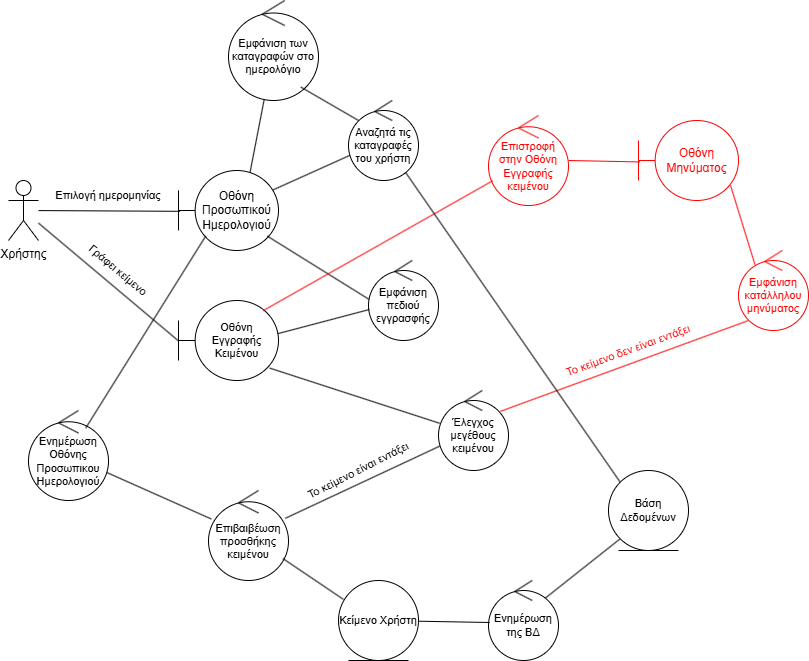
The draw.io diagram 2o_Paradoteo/Robustness-Diagrams/RD-UC-4.png in GeorgeTsav/Software-Technology---Project-2024-2025, before a commit. Source tidied: cells renumbered, new cells last; positions are measured from the earlier drawing's top-left corner, leaving out a move shared by most shapes. The source it was exported from:
```xml
<mxGraphModel>
  <root>
    <mxCell id="0" />
    <mxCell id="1" parent="0" />
    <mxCell id="2" value="Χρήστης" style="shape=umlActor;verticalLabelPosition=bottom;verticalAlign=top;html=1;outlineConnect=0;" parent="1" vertex="1">
      <mxGeometry y="180" width="30" height="60" as="geometry" />
    </mxCell>
    <mxCell id="3" style="rounded=0;jettySize=auto;html=1;endArrow=none;startFill=0;exitX=0.936;exitY=0.248;exitDx=0;exitDy=0;exitPerimeter=0;" parent="1" edge="1" source="4" target="36">
      <mxGeometry relative="1" as="geometry" />
    </mxCell>
    <mxCell id="4" value="Οθόνη Προσωπικού Ημερολογιού" style="shape=umlBoundary;whiteSpace=wrap;html=1;" parent="1" vertex="1">
      <mxGeometry x="170" y="170" width="100" height="80" as="geometry" />
    </mxCell>
    <mxCell id="5" style="edgeStyle=none;shape=connector;rounded=0;jettySize=auto;html=1;entryX=0.016;entryY=0.51;entryDx=0;entryDy=0;entryPerimeter=0;strokeColor=default;align=center;verticalAlign=middle;fontFamily=Helvetica;fontSize=11;fontColor=default;labelBackgroundColor=default;startFill=0;endArrow=none;" parent="1" edge="1" source="2" target="4">
      <mxGeometry relative="1" as="geometry" />
    </mxCell>
    <mxCell id="6" value="Εμφάνιση πεδιού εγγρασφής" style="ellipse;shape=umlControl;whiteSpace=wrap;html=1;fontFamily=Helvetica;fontSize=11;fontColor=default;labelBackgroundColor=none;" parent="1" vertex="1">
      <mxGeometry x="360" y="260" width="70" height="80" as="geometry" />
    </mxCell>
    <mxCell id="7" value="Επιλογή ημερομηνίας" style="text;html=1;align=center;verticalAlign=middle;whiteSpace=wrap;rounded=0;fontFamily=Helvetica;fontSize=11;fontColor=default;labelBackgroundColor=default;rotation=0;" parent="1" vertex="1">
      <mxGeometry x="40" y="185" width="120" height="20" as="geometry" />
    </mxCell>
    <mxCell id="8" style="edgeStyle=none;shape=connector;rounded=0;jettySize=auto;html=1;entryX=0.006;entryY=0.485;entryDx=0;entryDy=0;entryPerimeter=0;strokeColor=default;align=center;verticalAlign=middle;fontFamily=Helvetica;fontSize=11;fontColor=default;labelBackgroundColor=default;startFill=0;endArrow=none;exitX=0.888;exitY=0.82;exitDx=0;exitDy=0;exitPerimeter=0;" parent="1" edge="1" source="4" target="6">
      <mxGeometry relative="1" as="geometry" />
    </mxCell>
    <mxCell id="9" value="Οθόνη Εγγραφής Κειμένου" style="shape=umlBoundary;whiteSpace=wrap;html=1;fontFamily=Helvetica;fontSize=11;fontColor=default;labelBackgroundColor=none;" parent="1" vertex="1">
      <mxGeometry x="170" y="300" width="100" height="80" as="geometry" />
    </mxCell>
    <mxCell id="10" style="edgeStyle=none;shape=connector;rounded=0;jettySize=auto;html=1;entryX=0.992;entryY=0.415;entryDx=0;entryDy=0;entryPerimeter=0;strokeColor=default;align=center;verticalAlign=middle;fontFamily=Helvetica;fontSize=11;fontColor=default;labelBackgroundColor=default;startFill=0;endArrow=none;" parent="1" edge="1" source="6" target="9">
      <mxGeometry relative="1" as="geometry" />
    </mxCell>
    <mxCell id="11" style="edgeStyle=none;shape=connector;rounded=0;jettySize=auto;html=1;entryX=0;entryY=0.505;entryDx=0;entryDy=0;entryPerimeter=0;strokeColor=default;align=center;verticalAlign=middle;fontFamily=Helvetica;fontSize=11;fontColor=default;labelBackgroundColor=default;startFill=0;endArrow=none;" parent="1" edge="1" source="2" target="9">
      <mxGeometry relative="1" as="geometry" />
    </mxCell>
    <mxCell id="12" value="Γράφει κείμενο" style="text;html=1;align=center;verticalAlign=middle;whiteSpace=wrap;rounded=0;fontFamily=Helvetica;fontSize=11;fontColor=default;labelBackgroundColor=default;rotation=40;" parent="1" vertex="1">
      <mxGeometry x="60" y="260" width="100" height="20" as="geometry" />
    </mxCell>
    <mxCell id="13" style="edgeStyle=none;shape=connector;rounded=0;jettySize=auto;html=1;strokeColor=default;align=center;verticalAlign=middle;fontFamily=Helvetica;fontSize=11;fontColor=default;labelBackgroundColor=default;startFill=0;endArrow=none;" parent="1" edge="1" source="15" target="18">
      <mxGeometry relative="1" as="geometry" />
    </mxCell>
    <mxCell id="14" style="edgeStyle=none;shape=connector;rounded=0;jettySize=auto;html=1;strokeColor=#FF0000;align=center;verticalAlign=middle;fontFamily=Helvetica;fontSize=11;fontColor=#FF0000;labelBackgroundColor=default;startFill=0;endArrow=none;exitX=0.886;exitY=0.26;exitDx=0;exitDy=0;exitPerimeter=0;entryX=0.143;entryY=0.875;entryDx=0;entryDy=0;entryPerimeter=0;" parent="1" edge="1" source="15" target="28">
      <mxGeometry relative="1" as="geometry" />
    </mxCell>
    <mxCell id="15" value="Έλεγχος μεγέθους κειμένου" style="ellipse;shape=umlControl;whiteSpace=wrap;html=1;fontFamily=Helvetica;fontSize=11;fontColor=default;labelBackgroundColor=none;" parent="1" vertex="1">
      <mxGeometry x="430" y="390" width="70" height="80" as="geometry" />
    </mxCell>
    <mxCell id="16" style="edgeStyle=none;shape=connector;rounded=0;jettySize=auto;html=1;entryX=0.017;entryY=0.41;entryDx=0;entryDy=0;entryPerimeter=0;strokeColor=default;align=center;verticalAlign=middle;fontFamily=Helvetica;fontSize=11;fontColor=default;labelBackgroundColor=default;startFill=0;endArrow=none;exitX=0.912;exitY=0.845;exitDx=0;exitDy=0;exitPerimeter=0;" parent="1" edge="1" source="9" target="15">
      <mxGeometry relative="1" as="geometry" />
    </mxCell>
    <mxCell id="17" style="edgeStyle=none;shape=connector;rounded=0;jettySize=auto;html=1;strokeColor=default;align=center;verticalAlign=middle;fontFamily=Helvetica;fontSize=11;fontColor=default;labelBackgroundColor=default;startFill=0;endArrow=none;" parent="1" edge="1" source="18" target="20">
      <mxGeometry relative="1" as="geometry" />
    </mxCell>
    <mxCell id="18" value="Επιβαιβέωση προσθήκης κειμένου" style="ellipse;shape=umlControl;whiteSpace=wrap;html=1;fontFamily=Helvetica;fontSize=11;fontColor=default;labelBackgroundColor=none;" parent="1" vertex="1">
      <mxGeometry x="200" y="490" width="80" height="90" as="geometry" />
    </mxCell>
    <mxCell id="19" value="Το κείμενο είναι εντάξει" style="text;html=1;align=center;verticalAlign=middle;whiteSpace=wrap;rounded=0;fontFamily=Helvetica;fontSize=11;fontColor=default;labelBackgroundColor=default;rotation=-27;" parent="1" vertex="1">
      <mxGeometry x="280" y="460" width="140" height="20" as="geometry" />
    </mxCell>
    <mxCell id="20" value="Ενημέρωση Οθόνης Προσωπικου Ημερολογιού" style="ellipse;shape=umlControl;whiteSpace=wrap;html=1;fontFamily=Helvetica;fontSize=11;fontColor=default;labelBackgroundColor=none;" parent="1" vertex="1">
      <mxGeometry x="20" y="410" width="80" height="90" as="geometry" />
    </mxCell>
    <mxCell id="21" style="edgeStyle=none;shape=connector;rounded=0;jettySize=auto;html=1;entryX=0.272;entryY=0.82;entryDx=0;entryDy=0;entryPerimeter=0;strokeColor=default;align=center;verticalAlign=middle;fontFamily=Helvetica;fontSize=11;fontColor=default;labelBackgroundColor=default;startFill=0;endArrow=none;exitX=0.715;exitY=0.196;exitDx=0;exitDy=0;exitPerimeter=0;" parent="1" edge="1" source="20" target="4">
      <mxGeometry relative="1" as="geometry" />
    </mxCell>
    <mxCell id="22" value="Κείμενο Χρήστη" style="ellipse;shape=umlEntity;whiteSpace=wrap;html=1;fontFamily=Helvetica;fontSize=11;fontColor=default;labelBackgroundColor=none;" parent="1" vertex="1">
      <mxGeometry x="330" y="580" width="80" height="80" as="geometry" />
    </mxCell>
    <mxCell id="23" style="edgeStyle=none;shape=connector;rounded=0;jettySize=auto;html=1;entryX=0.06;entryY=0.235;entryDx=0;entryDy=0;entryPerimeter=0;strokeColor=default;align=center;verticalAlign=middle;fontFamily=Helvetica;fontSize=11;fontColor=default;labelBackgroundColor=default;startFill=0;endArrow=none;" parent="1" edge="1" source="18" target="22">
      <mxGeometry relative="1" as="geometry" />
    </mxCell>
    <mxCell id="24" style="edgeStyle=none;shape=connector;rounded=0;jettySize=auto;html=1;entryX=0;entryY=1;entryDx=0;entryDy=0;strokeColor=default;align=center;verticalAlign=middle;fontFamily=Helvetica;fontSize=11;fontColor=default;labelBackgroundColor=default;startFill=0;endArrow=none;exitX=0.803;exitY=0.226;exitDx=0;exitDy=0;exitPerimeter=0;" parent="1" edge="1" source="25" target="27">
      <mxGeometry relative="1" as="geometry" />
    </mxCell>
    <mxCell id="25" value="Ενημέρωση της ΒΔ" style="ellipse;shape=umlControl;whiteSpace=wrap;html=1;fontFamily=Helvetica;fontSize=11;fontColor=default;labelBackgroundColor=none;" parent="1" vertex="1">
      <mxGeometry x="480" y="580" width="70" height="80" as="geometry" />
    </mxCell>
    <mxCell id="26" style="edgeStyle=none;shape=connector;rounded=0;jettySize=auto;html=1;entryX=0.017;entryY=0.525;entryDx=0;entryDy=0;entryPerimeter=0;strokeColor=default;align=center;verticalAlign=middle;fontFamily=Helvetica;fontSize=11;fontColor=default;labelBackgroundColor=default;startFill=0;endArrow=none;" parent="1" edge="1" source="22" target="25">
      <mxGeometry relative="1" as="geometry" />
    </mxCell>
    <mxCell id="27" value="Βάση Δεδομένων" style="ellipse;shape=umlEntity;whiteSpace=wrap;html=1;fontFamily=Helvetica;fontSize=11;fontColor=default;labelBackgroundColor=none;" parent="1" vertex="1">
      <mxGeometry x="600" y="470" width="80" height="80" as="geometry" />
    </mxCell>
    <mxCell id="28" value="Εμφάνιση κατάλληλου μηνύματος" style="ellipse;shape=umlControl;whiteSpace=wrap;html=1;fontFamily=Helvetica;fontSize=11;fontColor=#FF0000;labelBackgroundColor=none;strokeColor=#FF0000;" parent="1" vertex="1">
      <mxGeometry x="730" y="250" width="70" height="80" as="geometry" />
    </mxCell>
    <mxCell id="29" value="Το κείμενο δεν είναι εντάξει" style="text;html=1;align=center;verticalAlign=middle;whiteSpace=wrap;rounded=0;fontFamily=Helvetica;fontSize=11;fontColor=#FF0000;labelBackgroundColor=default;rotation=-20;strokeColor=none;" parent="1" vertex="1">
      <mxGeometry x="550" y="340" width="140" height="20" as="geometry" />
    </mxCell>
    <mxCell id="30" value="Οθόνη Μηνύματος" style="shape=umlBoundary;whiteSpace=wrap;html=1;fontColor=#FF0000;strokeColor=#FF0000;" parent="1" vertex="1">
      <mxGeometry x="630" y="120" width="100" height="80" as="geometry" />
    </mxCell>
    <mxCell id="31" style="edgeStyle=none;shape=connector;rounded=0;jettySize=auto;html=1;entryX=0.92;entryY=0.81;entryDx=0;entryDy=0;entryPerimeter=0;strokeColor=#FF0000;align=center;verticalAlign=middle;fontFamily=Helvetica;fontSize=11;fontColor=#FF0000;labelBackgroundColor=default;startFill=0;endArrow=none;exitX=0.235;exitY=0.176;exitDx=0;exitDy=0;exitPerimeter=0;" parent="1" edge="1" source="28" target="30">
      <mxGeometry relative="1" as="geometry" />
    </mxCell>
    <mxCell id="32" value="Επιστροφή στην Οθόνη Εγγραφής κειμένου" style="ellipse;shape=umlControl;whiteSpace=wrap;html=1;fontFamily=Helvetica;fontSize=11;fontColor=#FF0000;labelBackgroundColor=none;strokeColor=#FF0000;" parent="1" vertex="1">
      <mxGeometry x="480" y="115" width="80" height="90" as="geometry" />
    </mxCell>
    <mxCell id="33" style="edgeStyle=none;shape=connector;rounded=0;jettySize=auto;html=1;entryX=1;entryY=0.5;entryDx=0;entryDy=0;entryPerimeter=0;strokeColor=#FF0000;align=center;verticalAlign=middle;fontFamily=Helvetica;fontSize=11;fontColor=default;labelBackgroundColor=default;startFill=0;endArrow=none;exitX=0.014;exitY=0.518;exitDx=0;exitDy=0;exitPerimeter=0;" parent="1" edge="1" source="30" target="32">
      <mxGeometry relative="1" as="geometry" />
    </mxCell>
    <mxCell id="34" style="edgeStyle=none;shape=connector;rounded=0;jettySize=auto;html=1;entryX=0.848;entryY=0.126;entryDx=0;entryDy=0;entryPerimeter=0;strokeColor=#FF0000;align=center;verticalAlign=middle;fontFamily=Helvetica;fontSize=11;fontColor=default;labelBackgroundColor=default;startFill=0;endArrow=none;" parent="1" edge="1" source="32" target="9">
      <mxGeometry relative="1" as="geometry" />
    </mxCell>
    <mxCell id="35" style="rounded=0;jettySize=auto;html=1;endArrow=none;startFill=0;entryX=0;entryY=0;entryDx=0;entryDy=0;" parent="1" edge="1" source="36" target="27">
      <mxGeometry relative="1" as="geometry" />
    </mxCell>
    <mxCell id="36" value="Αναζητά τις καταγραφές του χρήστη" style="ellipse;shape=umlControl;whiteSpace=wrap;html=1;fontFamily=Helvetica;fontSize=11;fontColor=default;labelBackgroundColor=none;" parent="1" vertex="1">
      <mxGeometry x="340" y="100" width="70" height="80" as="geometry" />
    </mxCell>
    <mxCell id="37" value="Εμφάνιση των καταγραφών στο ημερολόγιο" style="ellipse;shape=umlControl;whiteSpace=wrap;html=1;fontFamily=Helvetica;fontSize=11;fontColor=default;labelBackgroundColor=none;" parent="1" vertex="1">
      <mxGeometry x="220" width="90" height="100" as="geometry" />
    </mxCell>
    <mxCell id="38" style="edgeStyle=none;shape=connector;rounded=0;jettySize=auto;html=1;entryX=0.804;entryY=0.866;entryDx=0;entryDy=0;entryPerimeter=0;strokeColor=default;align=center;verticalAlign=middle;fontFamily=Helvetica;fontSize=11;fontColor=default;labelBackgroundColor=default;startFill=0;endArrow=none;exitX=0.143;exitY=0.25;exitDx=0;exitDy=0;exitPerimeter=0;" parent="1" edge="1" source="36" target="37">
      <mxGeometry relative="1" as="geometry" />
    </mxCell>
    <mxCell id="39" style="edgeStyle=none;shape=connector;rounded=0;jettySize=auto;html=1;entryX=0.716;entryY=0.021;entryDx=0;entryDy=0;entryPerimeter=0;strokeColor=default;align=center;verticalAlign=middle;fontFamily=Helvetica;fontSize=11;fontColor=default;labelBackgroundColor=default;startFill=0;endArrow=none;" parent="1" edge="1" source="37" target="4">
      <mxGeometry relative="1" as="geometry" />
    </mxCell>
  </root>
</mxGraphModel>
```
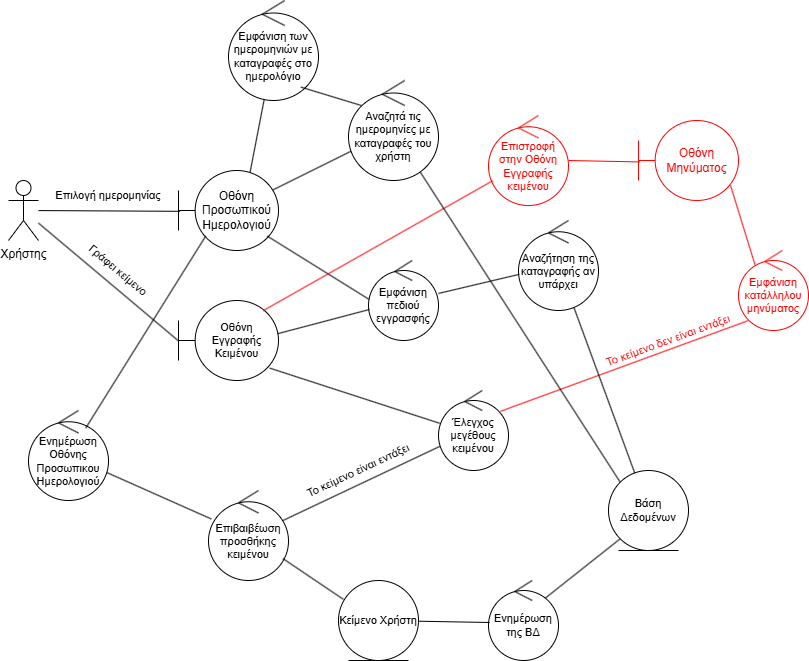
The same diagram one commit later.

Diff of the diagram source:
```diff
@@ -35,7 +35,7 @@
     <mxCell id="12" value="Γράφει κείμενο" style="text;html=1;align=center;verticalAlign=middle;whiteSpace=wrap;rounded=0;fontFamily=Helvetica;fontSize=11;fontColor=default;labelBackgroundColor=default;rotation=40;" parent="1" vertex="1">
       <mxGeometry x="60" y="260" width="100" height="20" as="geometry" />
     </mxCell>
-    <mxCell id="13" style="edgeStyle=none;shape=connector;rounded=0;jettySize=auto;html=1;strokeColor=default;align=center;verticalAlign=middle;fontFamily=Helvetica;fontSize=11;fontColor=default;labelBackgroundColor=default;startFill=0;endArrow=none;" parent="1" edge="1" source="15" target="18">
+    <mxCell id="13" style="edgeStyle=none;shape=connector;rounded=0;jettySize=auto;html=1;strokeColor=default;align=center;verticalAlign=middle;fontFamily=Helvetica;fontSize=11;fontColor=default;labelBackgroundColor=default;startFill=0;endArrow=none;entryX=0.925;entryY=0.336;entryDx=0;entryDy=0;entryPerimeter=0;" parent="1" edge="1" source="15" target="18">
       <mxGeometry relative="1" as="geometry" />
     </mxCell>
     <mxCell id="14" style="edgeStyle=none;shape=connector;rounded=0;jettySize=auto;html=1;strokeColor=#FF0000;align=center;verticalAlign=middle;fontFamily=Helvetica;fontSize=11;fontColor=#FF0000;labelBackgroundColor=default;startFill=0;endArrow=none;exitX=0.886;exitY=0.26;exitDx=0;exitDy=0;exitPerimeter=0;entryX=0.143;entryY=0.875;entryDx=0;entryDy=0;entryPerimeter=0;" parent="1" edge="1" source="15" target="28">
@@ -53,7 +53,7 @@
     <mxCell id="18" value="Επιβαιβέωση προσθήκης κειμένου" style="ellipse;shape=umlControl;whiteSpace=wrap;html=1;fontFamily=Helvetica;fontSize=11;fontColor=default;labelBackgroundColor=none;" parent="1" vertex="1">
       <mxGeometry x="200" y="490" width="80" height="90" as="geometry" />
     </mxCell>
-    <mxCell id="19" value="Το κείμενο είναι εντάξει" style="text;html=1;align=center;verticalAlign=middle;whiteSpace=wrap;rounded=0;fontFamily=Helvetica;fontSize=11;fontColor=default;labelBackgroundColor=default;rotation=-27;" parent="1" vertex="1">
+    <mxCell id="19" value="Το κείμενο είναι εντάξει" style="text;html=1;align=center;verticalAlign=middle;whiteSpace=wrap;rounded=0;fontFamily=Helvetica;fontSize=11;fontColor=default;labelBackgroundColor=default;rotation=-25;" parent="1" vertex="1">
       <mxGeometry x="280" y="460" width="140" height="20" as="geometry" />
     </mxCell>
     <mxCell id="20" value="Ενημέρωση Οθόνης Προσωπικου Ημερολογιού" style="ellipse;shape=umlControl;whiteSpace=wrap;html=1;fontFamily=Helvetica;fontSize=11;fontColor=default;labelBackgroundColor=none;" parent="1" vertex="1">
@@ -84,7 +84,7 @@
       <mxGeometry x="730" y="250" width="70" height="80" as="geometry" />
     </mxCell>
     <mxCell id="29" value="Το κείμενο δεν είναι εντάξει" style="text;html=1;align=center;verticalAlign=middle;whiteSpace=wrap;rounded=0;fontFamily=Helvetica;fontSize=11;fontColor=#FF0000;labelBackgroundColor=default;rotation=-20;strokeColor=none;" parent="1" vertex="1">
-      <mxGeometry x="550" y="340" width="140" height="20" as="geometry" />
+      <mxGeometry x="590" y="330" width="140" height="20" as="geometry" />
     </mxCell>
     <mxCell id="30" value="Οθόνη Μηνύματος" style="shape=umlBoundary;whiteSpace=wrap;html=1;fontColor=#FF0000;strokeColor=#FF0000;" parent="1" vertex="1">
       <mxGeometry x="630" y="120" width="100" height="80" as="geometry" />
@@ -104,10 +104,10 @@
     <mxCell id="35" style="rounded=0;jettySize=auto;html=1;endArrow=none;startFill=0;entryX=0;entryY=0;entryDx=0;entryDy=0;" parent="1" edge="1" source="36" target="27">
       <mxGeometry relative="1" as="geometry" />
     </mxCell>
-    <mxCell id="36" value="Αναζητά τις καταγραφές του χρήστη" style="ellipse;shape=umlControl;whiteSpace=wrap;html=1;fontFamily=Helvetica;fontSize=11;fontColor=default;labelBackgroundColor=none;" parent="1" vertex="1">
-      <mxGeometry x="340" y="100" width="70" height="80" as="geometry" />
+    <mxCell id="36" value="Αναζητά τις ημερομηνίες με καταγραφές του χρήστη" style="ellipse;shape=umlControl;whiteSpace=wrap;html=1;fontFamily=Helvetica;fontSize=11;fontColor=default;labelBackgroundColor=none;" parent="1" vertex="1">
+      <mxGeometry x="340" y="80" width="90" height="100" as="geometry" />
     </mxCell>
-    <mxCell id="37" value="Εμφάνιση των καταγραφών στο ημερολόγιο" style="ellipse;shape=umlControl;whiteSpace=wrap;html=1;fontFamily=Helvetica;fontSize=11;fontColor=default;labelBackgroundColor=none;" parent="1" vertex="1">
+    <mxCell id="37" value="Εμφάνιση των ημερομηνιών με καταγραφές στο ημερολόγιο" style="ellipse;shape=umlControl;whiteSpace=wrap;html=1;fontFamily=Helvetica;fontSize=11;fontColor=default;labelBackgroundColor=none;" parent="1" vertex="1">
       <mxGeometry x="220" width="90" height="100" as="geometry" />
     </mxCell>
     <mxCell id="38" style="edgeStyle=none;shape=connector;rounded=0;jettySize=auto;html=1;entryX=0.804;entryY=0.866;entryDx=0;entryDy=0;entryPerimeter=0;strokeColor=default;align=center;verticalAlign=middle;fontFamily=Helvetica;fontSize=11;fontColor=default;labelBackgroundColor=default;startFill=0;endArrow=none;exitX=0.143;exitY=0.25;exitDx=0;exitDy=0;exitPerimeter=0;" parent="1" edge="1" source="36" target="37">
@@ -116,5 +116,14 @@
     <mxCell id="39" style="edgeStyle=none;shape=connector;rounded=0;jettySize=auto;html=1;entryX=0.716;entryY=0.021;entryDx=0;entryDy=0;entryPerimeter=0;strokeColor=default;align=center;verticalAlign=middle;fontFamily=Helvetica;fontSize=11;fontColor=default;labelBackgroundColor=default;startFill=0;endArrow=none;" parent="1" edge="1" source="37" target="4">
       <mxGeometry relative="1" as="geometry" />
     </mxCell>
+    <mxCell id="40" style="edgeStyle=none;shape=connector;rounded=0;jettySize=auto;html=1;strokeColor=default;align=center;verticalAlign=middle;fontFamily=Helvetica;fontSize=11;fontColor=default;labelBackgroundColor=default;startFill=0;endArrow=none;" parent="1" edge="1" source="41" target="27">
+      <mxGeometry relative="1" as="geometry" />
+    </mxCell>
+    <mxCell id="41" value="Αναζήτηση της καταγραφής αν υπάρχει" style="ellipse;shape=umlControl;whiteSpace=wrap;html=1;fontFamily=Helvetica;fontSize=11;fontColor=default;labelBackgroundColor=none;" parent="1" vertex="1">
+      <mxGeometry x="510" y="220" width="80" height="90" as="geometry" />
+    </mxCell>
+    <mxCell id="42" style="edgeStyle=none;shape=connector;rounded=0;jettySize=auto;html=1;entryX=1;entryY=0.412;entryDx=0;entryDy=0;entryPerimeter=0;strokeColor=default;align=center;verticalAlign=middle;fontFamily=Helvetica;fontSize=11;fontColor=default;labelBackgroundColor=default;startFill=0;endArrow=none;" parent="1" edge="1" source="41" target="6">
+      <mxGeometry relative="1" as="geometry" />
+    </mxCell>
   </root>
 </mxGraphModel>
```
